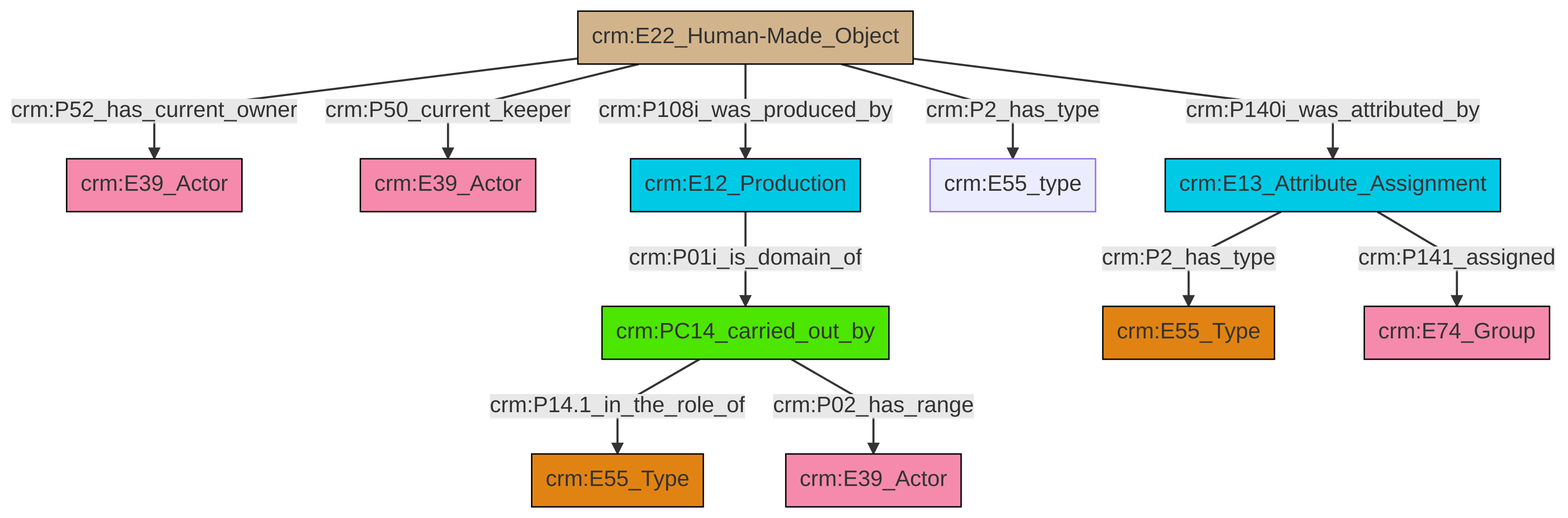
The Mermaid diagram et/artworkCSV/ttl/mmd/png/Artwork_Actor_Relations.png in swiss-art-research-net/docs.swissartresearch, before a commit. Its source is kept beside it as et/artworkCSV/ttl/mmd/Artwork_Actor_Relations.ttl.mmd.
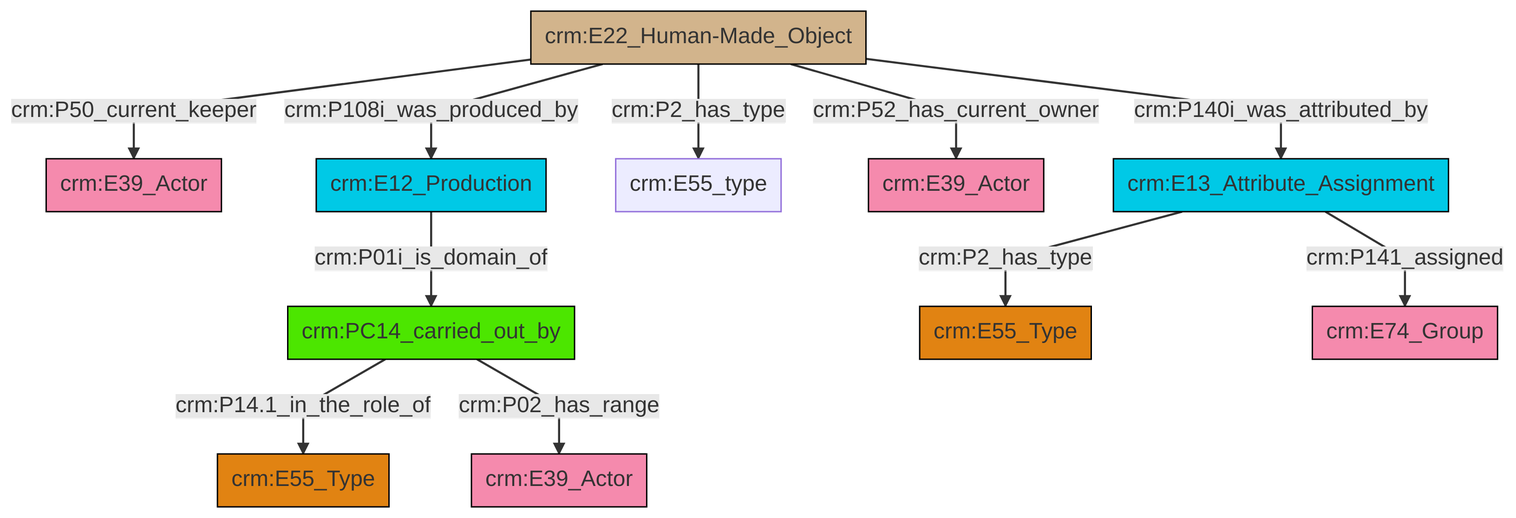
The same diagram one commit later.

The edit, as a diff of the source:
```diff
@@ -13,13 +13,13 @@
 classDef PC_Classes fill:#4ce600, stroke:#000000;
 classDef Multi fill:#cccccc,stroke:#000000;
 
-2["crm:E22_Human-Made_Object"]:::Physical_Thing -->|crm:P52_has_current_owner| 3["crm:E39_Actor"]:::Actor
-2["crm:E22_Human-Made_Object"]:::Physical_Thing -->|crm:P2_has_type| 9["crm:E55_type"]:::Default
-2["crm:E22_Human-Made_Object"]:::Physical_Thing -->|crm:P140i_was_attributed_by| 6["crm:E13_Attribute_Assignment"]:::Temporal_Entity
-6["crm:E13_Attribute_Assignment"]:::Temporal_Entity -->|crm:P2_has_type| 11["crm:E55_Type"]:::Type
-0["crm:PC14_carried_out_by"]:::PC_Classes -->|crm:P14.1_in_the_role_of| 12["crm:E55_Type"]:::Type
-14["crm:E12_Production"]:::Temporal_Entity -->|crm:P01i_is_domain_of| 0["crm:PC14_carried_out_by"]:::PC_Classes
-2["crm:E22_Human-Made_Object"]:::Physical_Thing -->|crm:P50_current_keeper| 4["crm:E39_Actor"]:::Actor
-2["crm:E22_Human-Made_Object"]:::Physical_Thing -->|crm:P108i_was_produced_by| 14["crm:E12_Production"]:::Temporal_Entity
-6["crm:E13_Attribute_Assignment"]:::Temporal_Entity -->|crm:P141_assigned| 19["crm:E74_Group"]:::Actor
-0["crm:PC14_carried_out_by"]:::PC_Classes -->|crm:P02_has_range| 15["crm:E39_Actor"]:::Actor
+0["crm:E22_Human-Made_Object"]:::Physical_Thing -->|crm:P50_current_keeper| 1["crm:E39_Actor"]:::Actor
+2["crm:PC14_carried_out_by"]:::PC_Classes -->|crm:P14.1_in_the_role_of| 3["crm:E55_Type"]:::Type
+0["crm:E22_Human-Made_Object"]:::Physical_Thing -->|crm:P140i_was_attributed_by| 4["crm:E13_Attribute_Assignment"]:::Temporal_Entity
+2["crm:PC14_carried_out_by"]:::PC_Classes -->|crm:P02_has_range| 5["crm:E39_Actor"]:::Actor
+0["crm:E22_Human-Made_Object"]:::Physical_Thing -->|crm:P2_has_type| 7["crm:E55_type"]:::Default
+4["crm:E13_Attribute_Assignment"]:::Temporal_Entity -->|crm:P2_has_type| 8["crm:E55_Type"]:::Type
+4["crm:E13_Attribute_Assignment"]:::Temporal_Entity -->|crm:P141_assigned| 12["crm:E74_Group"]:::Actor
+0["crm:E22_Human-Made_Object"]:::Physical_Thing -->|crm:P52_has_current_owner| 14["crm:E39_Actor"]:::Actor
+16["crm:E12_Production"]:::Temporal_Entity -->|crm:P01i_is_domain_of| 2["crm:PC14_carried_out_by"]:::PC_Classes
+0["crm:E22_Human-Made_Object"]:::Physical_Thing -->|crm:P108i_was_produced_by| 16["crm:E12_Production"]:::Temporal_Entity
```
